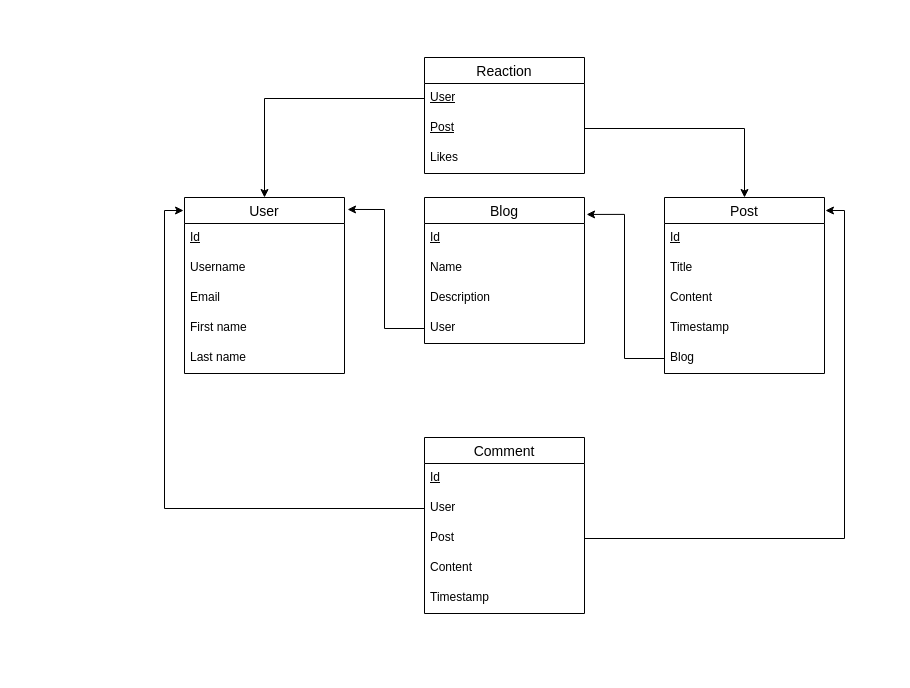
Above: page "DB" (2 of 2) of DB.drawio in piatrashkakanstantinass/vu-dbvs (draw.io), before the change. Source tidied: cells renumbered, new cells numbered last; positions are measured from the earlier drawing's top-left corner, leaving out a move shared by most shapes. Both pictures are drawn from the tidied source at 100%, with x=0, y=0 at pixel (184, 57).
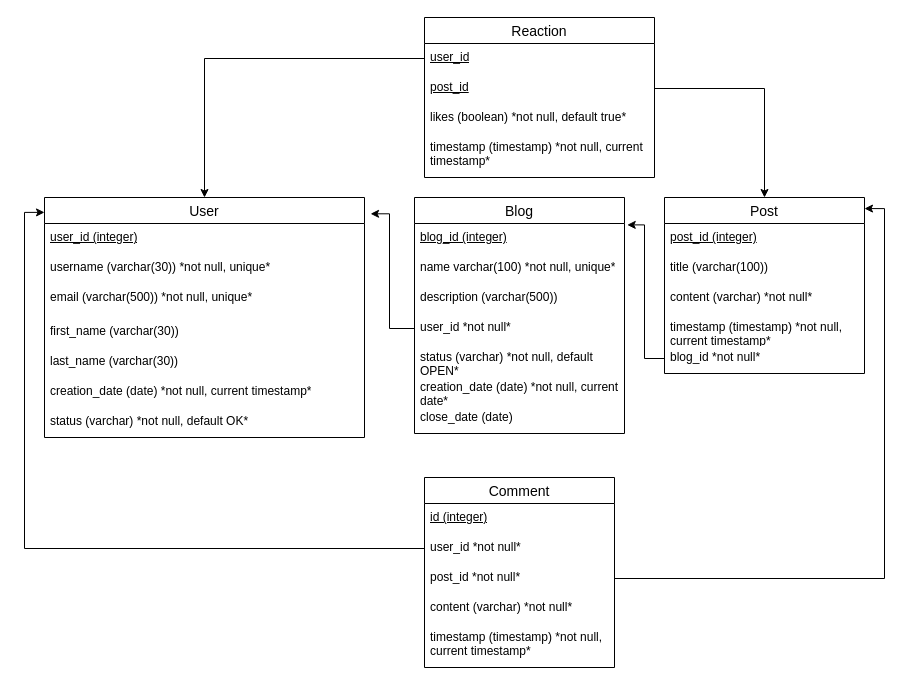
Above is the later version.

Change to the diagram source:
```diff
@@
     <mxCell id="2" value="User" style="swimlane;fontStyle=0;horizontal=1;startSize=26;align=center;fontSize=14;" parent="1" vertex="1">
-      <mxGeometry y="140" width="160" height="176" as="geometry" />
+      <mxGeometry x="-140" y="140" width="320" height="240" as="geometry" />
     </mxCell>
-    <mxCell id="3" value="&lt;u&gt;Id&lt;/u&gt;" style="text;strokeColor=none;fillColor=none;spacingLeft=4;spacingRight=4;overflow=hidden;fontSize=12;whiteSpace=wrap;html=1;" parent="2" vertex="1">
-      <mxGeometry y="26" width="160" height="30" as="geometry" />
+    <mxCell id="3" value="&lt;u&gt;user_id&amp;nbsp;(integer)&lt;/u&gt;" style="text;strokeColor=none;fillColor=none;spacingLeft=4;spacingRight=4;overflow=hidden;fontSize=12;whiteSpace=wrap;html=1;" parent="2" vertex="1">
+      <mxGeometry y="26" width="320" height="30" as="geometry" />
     </mxCell>
-    <mxCell id="4" value="Username" style="text;strokeColor=none;fillColor=none;spacingLeft=4;spacingRight=4;overflow=hidden;fontSize=12;whiteSpace=wrap;html=1;" parent="2" vertex="1">
-      <mxGeometry y="56" width="160" height="30" as="geometry" />
+    <mxCell id="4" value="username (varchar(30)) *not null, unique*" style="text;strokeColor=none;fillColor=none;spacingLeft=4;spacingRight=4;overflow=hidden;fontSize=12;whiteSpace=wrap;html=1;" parent="2" vertex="1">
+      <mxGeometry y="56" width="320" height="30" as="geometry" />
     </mxCell>
-    <mxCell id="5" value="Email" style="text;strokeColor=none;fillColor=none;spacingLeft=4;spacingRight=4;overflow=hidden;fontSize=12;whiteSpace=wrap;html=1;" parent="2" vertex="1">
-      <mxGeometry y="86" width="160" height="30" as="geometry" />
+    <mxCell id="5" value="email (varchar(500)) *not null, unique*" style="text;strokeColor=none;fillColor=none;spacingLeft=4;spacingRight=4;overflow=hidden;fontSize=12;whiteSpace=wrap;html=1;" parent="2" vertex="1">
+      <mxGeometry y="86" width="320" height="34" as="geometry" />
     </mxCell>
-    <mxCell id="6" value="First name" style="text;strokeColor=none;fillColor=none;spacingLeft=4;spacingRight=4;overflow=hidden;fontSize=12;whiteSpace=wrap;html=1;" parent="2" vertex="1">
-      <mxGeometry y="116" width="160" height="30" as="geometry" />
+    <mxCell id="6" value="first_name (varchar(30))" style="text;strokeColor=none;fillColor=none;spacingLeft=4;spacingRight=4;overflow=hidden;fontSize=12;whiteSpace=wrap;html=1;" parent="2" vertex="1">
+      <mxGeometry y="120" width="320" height="30" as="geometry" />
     </mxCell>
-    <mxCell id="7" value="Last name" style="text;strokeColor=none;fillColor=none;spacingLeft=4;spacingRight=4;overflow=hidden;fontSize=12;whiteSpace=wrap;html=1;" parent="2" vertex="1">
-      <mxGeometry y="146" width="160" height="30" as="geometry" />
+    <mxCell id="7" value="last_name (varchar(30))" style="text;strokeColor=none;fillColor=none;spacingLeft=4;spacingRight=4;overflow=hidden;fontSize=12;whiteSpace=wrap;html=1;" parent="2" vertex="1">
+      <mxGeometry y="150" width="320" height="30" as="geometry" />
     </mxCell>
+    <mxCell id="35" value="creation_date (date) *not null, current timestamp*" style="text;strokeColor=none;fillColor=none;spacingLeft=4;spacingRight=4;overflow=hidden;fontSize=12;whiteSpace=wrap;html=1;" parent="2" vertex="1">
+      <mxGeometry y="180" width="320" height="30" as="geometry" />
+    </mxCell>
+    <mxCell id="36" value="status (varchar) *not null, default OK*" style="text;strokeColor=none;fillColor=none;spacingLeft=4;spacingRight=4;overflow=hidden;fontSize=12;whiteSpace=wrap;html=1;" parent="2" vertex="1">
+      <mxGeometry y="210" width="320" height="30" as="geometry" />
+    </mxCell>
     <mxCell id="8" value="Blog" style="swimlane;fontStyle=0;horizontal=1;startSize=26;align=center;fontSize=14;" parent="1" vertex="1">
-      <mxGeometry x="240" y="140" width="160" height="146" as="geometry" />
+      <mxGeometry x="230" y="140" width="210" height="236" as="geometry" />
     </mxCell>
-    <mxCell id="9" value="&lt;u&gt;Id&lt;/u&gt;" style="text;strokeColor=none;fillColor=none;spacingLeft=4;spacingRight=4;overflow=hidden;fontSize=12;whiteSpace=wrap;html=1;" parent="8" vertex="1">
-      <mxGeometry y="26" width="160" height="30" as="geometry" />
+    <mxCell id="9" value="&lt;u&gt;blog_id&amp;nbsp;(integer)&lt;/u&gt;" style="text;strokeColor=none;fillColor=none;spacingLeft=4;spacingRight=4;overflow=hidden;fontSize=12;whiteSpace=wrap;html=1;" parent="8" vertex="1">
+      <mxGeometry y="26" width="210" height="30" as="geometry" />
     </mxCell>
-    <mxCell id="10" value="Name" style="text;strokeColor=none;fillColor=none;spacingLeft=4;spacingRight=4;overflow=hidden;fontSize=12;whiteSpace=wrap;html=1;" parent="8" vertex="1">
-      <mxGeometry y="56" width="160" height="30" as="geometry" />
+    <mxCell id="10" value="name varchar(100) *not null, unique*" style="text;strokeColor=none;fillColor=none;spacingLeft=4;spacingRight=4;overflow=hidden;fontSize=12;whiteSpace=wrap;html=1;" parent="8" vertex="1">
+      <mxGeometry y="56" width="210" height="30" as="geometry" />
     </mxCell>
-    <mxCell id="11" value="Description" style="text;strokeColor=none;fillColor=none;spacingLeft=4;spacingRight=4;overflow=hidden;fontSize=12;whiteSpace=wrap;html=1;" parent="8" vertex="1">
-      <mxGeometry y="86" width="160" height="30" as="geometry" />
+    <mxCell id="11" value="description (varchar(500))" style="text;strokeColor=none;fillColor=none;spacingLeft=4;spacingRight=4;overflow=hidden;fontSize=12;whiteSpace=wrap;html=1;" parent="8" vertex="1">
+      <mxGeometry y="86" width="210" height="30" as="geometry" />
     </mxCell>
-    <mxCell id="12" value="User" style="text;strokeColor=none;fillColor=none;spacingLeft=4;spacingRight=4;overflow=hidden;points=[[0,0.5],[1,0.5]];portConstraint=eastwest;fontSize=12;whiteSpace=wrap;html=1;" parent="8" vertex="1">
-      <mxGeometry y="116" width="160" height="30" as="geometry" />
+    <mxCell id="12" value="user_id *not null*" style="text;strokeColor=none;fillColor=none;spacingLeft=4;spacingRight=4;overflow=hidden;points=[[0,0.5],[1,0.5]];portConstraint=eastwest;fontSize=12;whiteSpace=wrap;html=1;" parent="8" vertex="1">
+      <mxGeometry y="116" width="210" height="30" as="geometry" />
     </mxCell>
+    <mxCell id="37" value="status (varchar) *not null, default OPEN*" style="text;strokeColor=none;fillColor=none;spacingLeft=4;spacingRight=4;overflow=hidden;fontSize=12;whiteSpace=wrap;html=1;" parent="8" vertex="1">
+      <mxGeometry y="146" width="210" height="30" as="geometry" />
+    </mxCell>
+    <mxCell id="38" value="creation_date (date) *not null, current date*" style="text;strokeColor=none;fillColor=none;spacingLeft=4;spacingRight=4;overflow=hidden;fontSize=12;whiteSpace=wrap;html=1;" parent="8" vertex="1">
+      <mxGeometry y="176" width="210" height="30" as="geometry" />
+    </mxCell>
+    <mxCell id="39" value="close_date (date)" style="text;strokeColor=none;fillColor=none;spacingLeft=4;spacingRight=4;overflow=hidden;fontSize=12;whiteSpace=wrap;html=1;" parent="8" vertex="1">
+      <mxGeometry y="206" width="210" height="30" as="geometry" />
+    </mxCell>
     <mxCell id="13" value="Post" style="swimlane;fontStyle=0;horizontal=1;startSize=26;align=center;fontSize=14;" parent="1" vertex="1">
-      <mxGeometry x="480" y="140" width="160" height="176" as="geometry" />
+      <mxGeometry x="480" y="140" width="200" height="176" as="geometry" />
     </mxCell>
-    <mxCell id="14" value="&lt;u&gt;Id&lt;/u&gt;" style="text;strokeColor=none;fillColor=none;spacingLeft=4;spacingRight=4;overflow=hidden;fontSize=12;whiteSpace=wrap;html=1;" parent="13" vertex="1">
-      <mxGeometry y="26" width="160" height="30" as="geometry" />
+    <mxCell id="14" value="&lt;u&gt;post_id (integer)&lt;/u&gt;" style="text;strokeColor=none;fillColor=none;spacingLeft=4;spacingRight=4;overflow=hidden;fontSize=12;whiteSpace=wrap;html=1;" parent="13" vertex="1">
+      <mxGeometry y="26" width="200" height="30" as="geometry" />
     </mxCell>
-    <mxCell id="15" value="Title" style="text;strokeColor=none;fillColor=none;spacingLeft=4;spacingRight=4;overflow=hidden;fontSize=12;whiteSpace=wrap;html=1;" parent="13" vertex="1">
-      <mxGeometry y="56" width="160" height="30" as="geometry" />
+    <mxCell id="15" value="title (varchar(100))" style="text;strokeColor=none;fillColor=none;spacingLeft=4;spacingRight=4;overflow=hidden;fontSize=12;whiteSpace=wrap;html=1;" parent="13" vertex="1">
+      <mxGeometry y="56" width="200" height="30" as="geometry" />
     </mxCell>
-    <mxCell id="16" value="Content" style="text;strokeColor=none;fillColor=none;spacingLeft=4;spacingRight=4;overflow=hidden;fontSize=12;whiteSpace=wrap;html=1;" parent="13" vertex="1">
-      <mxGeometry y="86" width="160" height="30" as="geometry" />
+    <mxCell id="16" value="content (varchar) *not null*" style="text;strokeColor=none;fillColor=none;spacingLeft=4;spacingRight=4;overflow=hidden;fontSize=12;whiteSpace=wrap;html=1;" parent="13" vertex="1">
+      <mxGeometry y="86" width="200" height="30" as="geometry" />
     </mxCell>
-    <mxCell id="17" value="Timestamp" style="text;strokeColor=none;fillColor=none;spacingLeft=4;spacingRight=4;overflow=hidden;fontSize=12;whiteSpace=wrap;html=1;" parent="13" vertex="1">
-      <mxGeometry y="116" width="160" height="30" as="geometry" />
+    <mxCell id="17" value="timestamp (timestamp) *not null, current timestamp*" style="text;strokeColor=none;fillColor=none;spacingLeft=4;spacingRight=4;overflow=hidden;fontSize=12;whiteSpace=wrap;html=1;" parent="13" vertex="1">
+      <mxGeometry y="116" width="200" height="30" as="geometry" />
     </mxCell>
-    <mxCell id="18" value="Blog" style="text;strokeColor=none;fillColor=none;spacingLeft=4;spacingRight=4;overflow=hidden;points=[[0,0.5],[1,0.5]];portConstraint=eastwest;fontSize=12;whiteSpace=wrap;html=1;" parent="13" vertex="1">
-      <mxGeometry y="146" width="160" height="30" as="geometry" />
+    <mxCell id="18" value="blog_id *not null*" style="text;strokeColor=none;fillColor=none;spacingLeft=4;spacingRight=4;overflow=hidden;points=[[0,0.5],[1,0.5]];portConstraint=eastwest;fontSize=12;whiteSpace=wrap;html=1;" parent="13" vertex="1">
+      <mxGeometry y="146" width="200" height="30" as="geometry" />
     </mxCell>
     <mxCell id="19" value="Comment" style="swimlane;fontStyle=0;horizontal=1;startSize=26;align=center;fontSize=14;" parent="1" vertex="1">
-      <mxGeometry x="240" y="380" width="160" height="176" as="geometry" />
+      <mxGeometry x="240" y="420" width="190" height="190" as="geometry" />
     </mxCell>
-    <mxCell id="20" value="&lt;u&gt;Id&lt;/u&gt;" style="text;strokeColor=none;fillColor=none;spacingLeft=4;spacingRight=4;overflow=hidden;fontSize=12;whiteSpace=wrap;html=1;" parent="19" vertex="1">
-      <mxGeometry y="26" width="160" height="30" as="geometry" />
+    <mxCell id="20" value="&lt;u&gt;id (integer)&lt;/u&gt;" style="text;strokeColor=none;fillColor=none;spacingLeft=4;spacingRight=4;overflow=hidden;fontSize=12;whiteSpace=wrap;html=1;" parent="19" vertex="1">
+      <mxGeometry y="26" width="190" height="30" as="geometry" />
     </mxCell>
-    <mxCell id="21" value="User" style="text;strokeColor=none;fillColor=none;spacingLeft=4;spacingRight=4;overflow=hidden;points=[[0,0.5],[1,0.5]];portConstraint=eastwest;fontSize=12;whiteSpace=wrap;html=1;" parent="19" vertex="1">
-      <mxGeometry y="56" width="160" height="30" as="geometry" />
+    <mxCell id="21" value="user_id *not null*" style="text;strokeColor=none;fillColor=none;spacingLeft=4;spacingRight=4;overflow=hidden;points=[[0,0.5],[1,0.5]];portConstraint=eastwest;fontSize=12;whiteSpace=wrap;html=1;" parent="19" vertex="1">
+      <mxGeometry y="56" width="190" height="30" as="geometry" />
     </mxCell>
-    <mxCell id="22" value="Post" style="text;strokeColor=none;fillColor=none;spacingLeft=4;spacingRight=4;overflow=hidden;points=[[0,0.5],[1,0.5]];portConstraint=eastwest;fontSize=12;whiteSpace=wrap;html=1;" parent="19" vertex="1">
-      <mxGeometry y="86" width="160" height="30" as="geometry" />
+    <mxCell id="22" value="post_id *not null*" style="text;strokeColor=none;fillColor=none;spacingLeft=4;spacingRight=4;overflow=hidden;points=[[0,0.5],[1,0.5]];portConstraint=eastwest;fontSize=12;whiteSpace=wrap;html=1;" parent="19" vertex="1">
+      <mxGeometry y="86" width="190" height="30" as="geometry" />
     </mxCell>
-    <mxCell id="23" value="Content" style="text;strokeColor=none;fillColor=none;spacingLeft=4;spacingRight=4;overflow=hidden;fontSize=12;whiteSpace=wrap;html=1;" parent="19" vertex="1">
-      <mxGeometry y="116" width="160" height="30" as="geometry" />
+    <mxCell id="23" value="content (varchar) *not null*" style="text;strokeColor=none;fillColor=none;spacingLeft=4;spacingRight=4;overflow=hidden;fontSize=12;whiteSpace=wrap;html=1;" parent="19" vertex="1">
+      <mxGeometry y="116" width="190" height="30" as="geometry" />
     </mxCell>
-    <mxCell id="24" value="Timestamp" style="text;strokeColor=none;fillColor=none;spacingLeft=4;spacingRight=4;overflow=hidden;fontSize=12;whiteSpace=wrap;html=1;" parent="19" vertex="1">
-      <mxGeometry y="146" width="160" height="30" as="geometry" />
+    <mxCell id="24" value="timestamp (timestamp) *not null, current timestamp*" style="text;strokeColor=none;fillColor=none;spacingLeft=4;spacingRight=4;overflow=hidden;fontSize=12;whiteSpace=wrap;html=1;" parent="19" vertex="1">
+      <mxGeometry y="146" width="190" height="44" as="geometry" />
     </mxCell>
     <mxCell id="25" value="Reaction" style="swimlane;fontStyle=0;horizontal=1;startSize=26;align=center;fontSize=14;" parent="1" vertex="1">
-      <mxGeometry x="240" width="160" height="116" as="geometry" />
+      <mxGeometry x="240" y="-40" width="230" height="160" as="geometry" />
     </mxCell>
-    <mxCell id="26" value="&lt;u&gt;User&lt;/u&gt;" style="text;strokeColor=none;fillColor=none;spacingLeft=4;spacingRight=4;overflow=hidden;points=[[0,0.5],[1,0.5]];portConstraint=eastwest;fontSize=12;whiteSpace=wrap;html=1;" parent="25" vertex="1">
-      <mxGeometry y="26" width="160" height="30" as="geometry" />
+    <mxCell id="26" value="&lt;u&gt;user_id&lt;/u&gt;" style="text;strokeColor=none;fillColor=none;spacingLeft=4;spacingRight=4;overflow=hidden;points=[[0,0.5],[1,0.5]];portConstraint=eastwest;fontSize=12;whiteSpace=wrap;html=1;" parent="25" vertex="1">
+      <mxGeometry y="26" width="230" height="30" as="geometry" />
     </mxCell>
-    <mxCell id="27" value="&lt;u&gt;Post&lt;/u&gt;" style="text;strokeColor=none;fillColor=none;spacingLeft=4;spacingRight=4;overflow=hidden;points=[[0,0.5],[1,0.5]];portConstraint=eastwest;fontSize=12;whiteSpace=wrap;html=1;" parent="25" vertex="1">
-      <mxGeometry y="56" width="160" height="30" as="geometry" />
+    <mxCell id="27" value="&lt;u&gt;post_id&lt;/u&gt;" style="text;strokeColor=none;fillColor=none;spacingLeft=4;spacingRight=4;overflow=hidden;points=[[0,0.5],[1,0.5]];portConstraint=eastwest;fontSize=12;whiteSpace=wrap;html=1;" parent="25" vertex="1">
+      <mxGeometry y="56" width="230" height="30" as="geometry" />
     </mxCell>
-    <mxCell id="28" value="Likes" style="text;strokeColor=none;fillColor=none;spacingLeft=4;spacingRight=4;overflow=hidden;fontSize=12;whiteSpace=wrap;html=1;" parent="25" vertex="1">
-      <mxGeometry y="86" width="160" height="30" as="geometry" />
+    <mxCell id="28" value="likes (boolean) *not null, default true*" style="text;strokeColor=none;fillColor=none;spacingLeft=4;spacingRight=4;overflow=hidden;fontSize=12;whiteSpace=wrap;html=1;" parent="25" vertex="1">
+      <mxGeometry y="86" width="230" height="30" as="geometry" />
     </mxCell>
+    <mxCell id="40" value="timestamp (timestamp) *not null, current timestamp*" style="text;strokeColor=none;fillColor=none;spacingLeft=4;spacingRight=4;overflow=hidden;fontSize=12;whiteSpace=wrap;html=1;" parent="25" vertex="1">
+      <mxGeometry y="116" width="230" height="44" as="geometry" />
+    </mxCell>
@@
-    <mxCell id="32" style="edgeStyle=orthogonalEdgeStyle;rounded=0;jettySize=auto;html=1;exitX=0;exitY=0.5;exitDx=0;exitDy=0;entryX=-0.006;entryY=0.074;entryDx=0;entryDy=0;entryPerimeter=0;" parent="1" edge="1" source="21" target="2">
+    <mxCell id="32" style="edgeStyle=orthogonalEdgeStyle;rounded=0;jettySize=auto;html=1;exitX=0;exitY=0.5;exitDx=0;exitDy=0;entryX=0;entryY=0.062;entryDx=0;entryDy=0;entryPerimeter=0;" parent="1" edge="1" source="21" target="2">
       <mxGeometry relative="1" as="geometry" />
     </mxCell>
@@
-    <mxCell id="34" style="edgeStyle=orthogonalEdgeStyle;rounded=0;jettySize=auto;html=1;entryX=1.006;entryY=0.074;entryDx=0;entryDy=0;entryPerimeter=0;" parent="1" edge="1" source="22" target="13">
+    <mxCell id="34" style="edgeStyle=orthogonalEdgeStyle;rounded=0;jettySize=auto;html=1;entryX=1;entryY=0.063;entryDx=0;entryDy=0;entryPerimeter=0;" parent="1" edge="1" source="22" target="13">
       <mxGeometry relative="1" as="geometry" />
     </mxCell>
```
